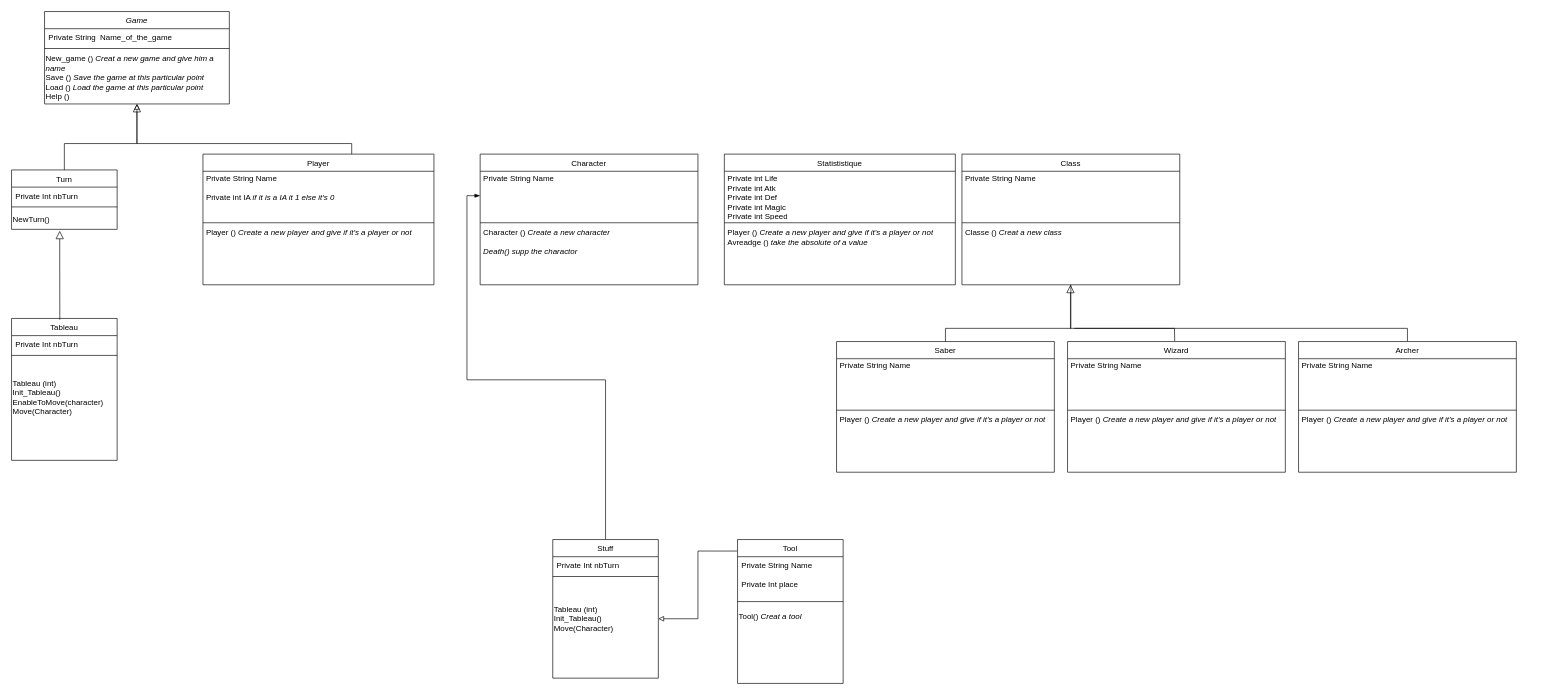
The draw.io diagram Software/Puzzel_part/Diagramme sans nom.drawio in Robaur/FE_like_V2, before the edit. Source tidied: cells renumbered, new cells numbered last; positions are measured from the earlier drawing's top-left corner, leaving out a move shared by most shapes. Both pictures are drawn from the tidied source at 66%, with x=0, y=0 at pixel (11, 11).
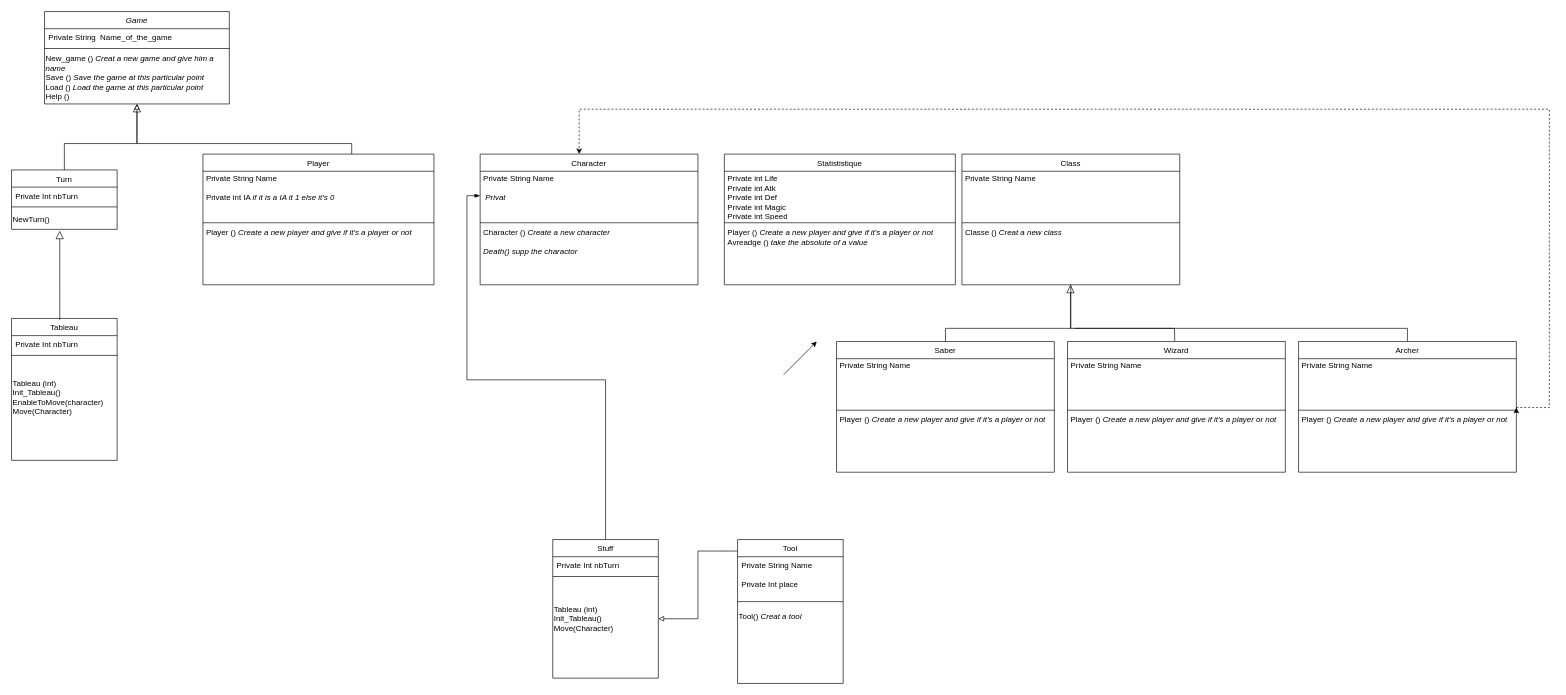
After the change.

The change refers to these unchanged cells:
```xml
<mxCell id="16" value="Character" style="swimlane;fontStyle=0;align=center;verticalAlign=top;horizontal=1;startSize=26;rounded=0;shadow=0;strokeWidth=1;" parent="1" vertex="1">
  <mxGeometry x="710" y="216" width="330" height="198" as="geometry" />
</mxCell>
<mxCell id="29" value="Archer" style="swimlane;fontStyle=0;align=center;verticalAlign=top;horizontal=1;startSize=26;rounded=0;shadow=0;strokeWidth=1;" parent="1" vertex="1">
  <mxGeometry x="1950" y="500" width="330" height="198" as="geometry" />
</mxCell>
<mxCell id="30" value="&lt;div&gt;&lt;br&gt;&lt;/div&gt;&lt;div&gt;Private String Name&lt;br&gt;&lt;/div&gt;" style="text;html=1;strokeColor=none;fillColor=none;spacing=5;spacingTop=-20;whiteSpace=wrap;overflow=hidden;rounded=0;" parent="29" vertex="1">
  <mxGeometry y="26" width="330" height="74" as="geometry" />
</mxCell>
<mxCell id="32" value="&lt;div&gt;&lt;br&gt;&lt;/div&gt;&lt;div&gt;Player () &lt;i&gt;Create a new player and give if it's a player or not&lt;/i&gt; &lt;br&gt;&lt;/div&gt;&lt;div&gt;&lt;br&gt;&lt;/div&gt;" style="text;html=1;strokeColor=none;fillColor=none;spacing=5;spacingTop=-20;whiteSpace=wrap;overflow=hidden;rounded=0;" parent="29" vertex="1">
  <mxGeometry y="108" width="330" height="90" as="geometry" />
</mxCell>
```

Change to the diagram source:
```diff
@@
-    <mxCell id="17" value="&lt;div&gt;&lt;br&gt;&lt;/div&gt;&lt;div&gt;Private String Name&lt;/div&gt;&lt;div&gt;&lt;br&gt;&lt;/div&gt;&amp;nbsp;&lt;i&gt;&lt;br&gt;&lt;/i&gt;" style="text;html=1;strokeColor=none;fillColor=none;spacing=5;spacingTop=-20;whiteSpace=wrap;overflow=hidden;rounded=0;" parent="16" vertex="1">
+    <mxCell id="17" value="&lt;div&gt;&lt;br&gt;&lt;/div&gt;&lt;div&gt;Private String Name&lt;/div&gt;&lt;div&gt;&lt;br&gt;&lt;/div&gt;&amp;nbsp;&lt;i&gt;Privat &lt;br&gt;&lt;/i&gt;" style="text;html=1;strokeColor=none;fillColor=none;spacing=5;spacingTop=-20;whiteSpace=wrap;overflow=hidden;rounded=0;" parent="16" vertex="1">
       <mxGeometry y="26" width="330" height="74" as="geometry" />
     </mxCell>
@@
+    <mxCell id="58" style="edgeStyle=orthogonalEdgeStyle;rounded=0;jettySize=auto;html=1;dashed=1;exitX=1;exitY=1;exitDx=0;exitDy=0;" parent="1" edge="1" source="30" target="16">
+      <mxGeometry relative="1" as="geometry">
+        <Array as="points">
+          <mxPoint x="2330" y="600" />
+          <mxPoint x="2330" y="148" />
+          <mxPoint x="860" y="148" />
+        </Array>
+      </mxGeometry>
+    </mxCell>
@@
+    <mxCell id="59" style="edgeStyle=orthogonalEdgeStyle;rounded=0;jettySize=auto;html=1;exitX=1;exitY=0;exitDx=0;exitDy=0;entryX=1;entryY=1;entryDx=0;entryDy=0;" parent="29" edge="1" source="32" target="30">
+      <mxGeometry relative="1" as="geometry" />
+    </mxCell>
@@
+    <mxCell id="60" style="endArrow=classic;html=1;rounded=0;" parent="1" edge="1">
+      <mxGeometry relative="1" as="geometry">
+        <mxPoint x="1170" y="550" as="sourcePoint" />
+        <mxPoint x="1220" y="500" as="targetPoint" />
+      </mxGeometry>
+    </mxCell>
```
